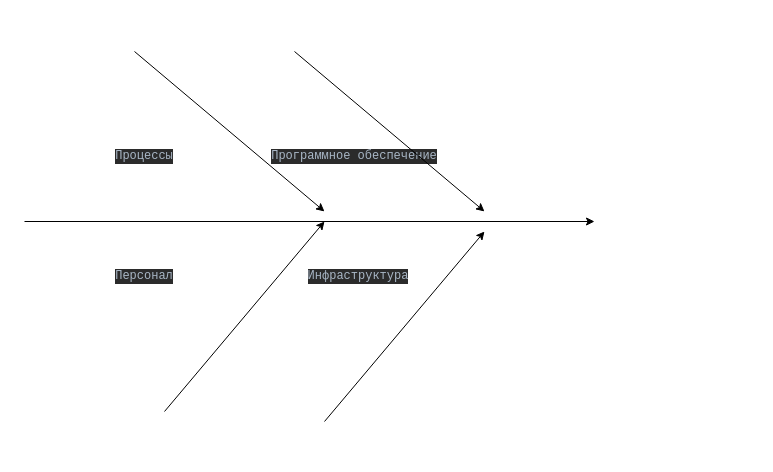
This is Task4/task4.drawio from KatodForAnod/architecture-medikamente, a draw.io file, before an edit. Source tidied: cells renumbered, new cells numbered last; positions are measured from the earlier drawing's top-left corner, leaving out a move shared by most shapes. Both pictures are drawn from the tidied source at 100%, with x=0, y=0 at pixel (24, 51).
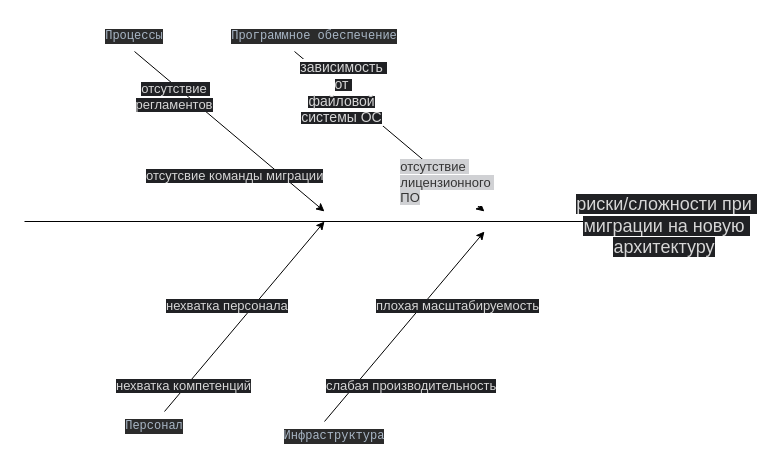
After the change.

Unchanged cells that the change refers to:
```xml
<mxCell id="9" style="endArrow=classic;html=1;rounded=0;" parent="1" edge="1">
  <mxGeometry relative="1" as="geometry">
    <mxPoint x="270" as="sourcePoint" />
    <mxPoint x="460" y="160" as="targetPoint" />
  </mxGeometry>
</mxCell>
```

Change to the diagram source:
```diff
@@
     <mxCell id="2" value="&lt;div style=&quot;text-align: start; background-color: rgb(43, 43, 43); color: rgb(169, 183, 198);&quot;&gt;&lt;pre style=&quot;font-family: &amp;quot;JetBrains Mono&amp;quot;, monospace;&quot;&gt;Инфраструктура&lt;/pre&gt;&lt;/div&gt;" style="text;html=1;whiteSpace=wrap;strokeColor=none;fillColor=none;align=center;verticalAlign=middle;rounded=0;" parent="1" vertex="1">
-      <mxGeometry x="304" y="210" width="60" height="30" as="geometry" />
+      <mxGeometry x="280" y="370" width="60" height="30" as="geometry" />
     </mxCell>
     <mxCell id="3" value="&lt;div style=&quot;text-align: start; background-color: rgb(43, 43, 43); color: rgb(169, 183, 198);&quot;&gt;&lt;pre style=&quot;font-family: &amp;quot;JetBrains Mono&amp;quot;, monospace;&quot;&gt;Программное обеспечение&lt;/pre&gt;&lt;/div&gt;" style="text;html=1;whiteSpace=wrap;strokeColor=none;fillColor=none;align=center;verticalAlign=middle;rounded=0;" parent="1" vertex="1">
-      <mxGeometry x="300" y="90" width="60" height="30" as="geometry" />
+      <mxGeometry x="260" y="-30" width="60" height="30" as="geometry" />
     </mxCell>
     <mxCell id="4" value="&lt;div style=&quot;text-align: start; background-color: rgb(43, 43, 43); color: rgb(169, 183, 198);&quot;&gt;&lt;pre style=&quot;font-family: &amp;quot;JetBrains Mono&amp;quot;, monospace;&quot;&gt;Персонал&lt;/pre&gt;&lt;/div&gt;" style="text;html=1;whiteSpace=wrap;strokeColor=none;fillColor=none;align=center;verticalAlign=middle;rounded=0;" parent="1" vertex="1">
-      <mxGeometry x="90" y="210" width="60" height="30" as="geometry" />
+      <mxGeometry x="100" y="360" width="60" height="30" as="geometry" />
     </mxCell>
     <mxCell id="5" value="&lt;div style=&quot;text-align: start; background-color: rgb(43, 43, 43); color: rgb(169, 183, 198);&quot;&gt;&lt;pre style=&quot;font-family: &amp;quot;JetBrains Mono&amp;quot;, monospace;&quot;&gt;Процессы&lt;/pre&gt;&lt;/div&gt;" style="text;html=1;whiteSpace=wrap;strokeColor=none;fillColor=none;align=center;verticalAlign=middle;rounded=0;" parent="1" vertex="1">
-      <mxGeometry x="90" y="90" width="60" height="30" as="geometry" />
+      <mxGeometry x="80" y="-30" width="60" height="30" as="geometry" />
     </mxCell>
@@
+    <mxCell id="11" value="&lt;span style=&quot;caret-color: rgb(214, 214, 214); color: rgb(214, 214, 214); font-family: &amp;quot;YS Text&amp;quot;, sans-serif; text-align: start; white-space: pre-wrap; background-color: rgb(32, 33, 36);&quot;&gt;&lt;font style=&quot;font-size: 14px;&quot;&gt;зависимость от файловой&lt;/font&gt;&lt;/span&gt;&lt;div&gt;&lt;span style=&quot;caret-color: rgb(214, 214, 214); color: rgb(214, 214, 214); font-family: &amp;quot;YS Text&amp;quot;, sans-serif; text-align: start; white-space: pre-wrap; background-color: rgb(32, 33, 36);&quot;&gt;&lt;font style=&quot;font-size: 14px;&quot;&gt;системы ОС&lt;/font&gt;&lt;/span&gt;&lt;/div&gt;" style="edgeLabel;html=1;align=center;verticalAlign=middle;" parent="9" vertex="1">
+      <mxGeometry x="-0.51" y="-1" relative="1" as="geometry" />
+    </mxCell>
+    <mxCell id="12" value="&lt;div style=&quot;text-align: start;&quot;&gt;&lt;font color=&quot;#353535&quot; face=&quot;YS Text, sans-serif&quot;&gt;&lt;span style=&quot;font-size: 13px; caret-color: rgb(53, 53, 53); white-space: pre-wrap; background-color: rgb(208, 209, 212);&quot;&gt;отсутствие лицензионного ПО&lt;/span&gt;&lt;/font&gt;&lt;/div&gt;" style="edgeLabel;html=1;align=center;verticalAlign=middle;" parent="9" vertex="1">
+      <mxGeometry x="0.55" y="-2" relative="1" as="geometry">
+        <mxPoint x="4" y="5" as="offset" />
+      </mxGeometry>
+    </mxCell>
@@
+    <mxCell id="13" value="&lt;span style=&quot;caret-color: rgb(214, 214, 214); color: rgb(214, 214, 214); font-family: &amp;quot;YS Text&amp;quot;, sans-serif; font-size: 18px; text-align: start; white-space-collapse: preserve; background-color: rgb(32, 33, 36);&quot;&gt;риски/сложности при миграции на новую архитектуру&lt;/span&gt;" style="text;html=1;whiteSpace=wrap;strokeColor=none;fillColor=none;align=center;verticalAlign=middle;rounded=0;" parent="1" vertex="1">
+      <mxGeometry x="550" y="160" width="180" height="30" as="geometry" />
+    </mxCell>
+    <mxCell id="14" value="&lt;span style=&quot;caret-color: rgb(214, 214, 214); color: rgb(214, 214, 214); font-family: &amp;quot;YS Text&amp;quot;, sans-serif; text-align: start; white-space-collapse: preserve; background-color: rgb(32, 33, 36);&quot;&gt;&lt;font style=&quot;font-size: 13px;&quot;&gt;отсутствие регламентов&lt;/font&gt;&lt;/span&gt;" style="text;html=1;whiteSpace=wrap;strokeColor=none;fillColor=none;align=center;verticalAlign=middle;rounded=0;" parent="1" vertex="1">
+      <mxGeometry x="120" y="30" width="60" height="30" as="geometry" />
+    </mxCell>
+    <mxCell id="15" value="&lt;span style=&quot;caret-color: rgb(214, 214, 214); color: rgb(214, 214, 214); font-family: &amp;quot;YS Text&amp;quot;, sans-serif; font-style: normal; font-variant-caps: normal; font-weight: 400; letter-spacing: normal; text-align: start; text-indent: 0px; text-transform: none; white-space: pre-wrap; word-spacing: 0px; -webkit-text-stroke-width: 0px; background-color: rgb(32, 33, 36); text-decoration: none; float: none; display: inline !important;&quot;&gt;&lt;font style=&quot;font-size: 13px;&quot;&gt;отсутсвие команды миграции&lt;/font&gt;&lt;/span&gt;" style="text;whiteSpace=wrap;html=1;" parent="1" vertex="1">
+      <mxGeometry x="120" y="110" width="200" height="20" as="geometry" />
+    </mxCell>
+    <mxCell id="16" value="&lt;span style=&quot;caret-color: rgb(214, 214, 214); color: rgb(214, 214, 214); font-family: &amp;quot;YS Text&amp;quot;, sans-serif; font-style: normal; font-variant-caps: normal; font-weight: 400; letter-spacing: normal; text-align: start; text-indent: 0px; text-transform: none; white-space: pre-wrap; word-spacing: 0px; -webkit-text-stroke-width: 0px; background-color: rgb(32, 33, 36); text-decoration: none; float: none; display: inline !important;&quot;&gt;&lt;font style=&quot;font-size: 13px;&quot;&gt;нехватка компетенций&lt;/font&gt;&lt;/span&gt;" style="text;whiteSpace=wrap;html=1;" parent="1" vertex="1">
+      <mxGeometry x="90" y="320" width="230" height="30" as="geometry" />
+    </mxCell>
+    <mxCell id="17" value="&lt;span style=&quot;caret-color: rgb(214, 214, 214); color: rgb(214, 214, 214); font-family: &amp;quot;YS Text&amp;quot;, sans-serif; font-style: normal; font-variant-caps: normal; font-weight: 400; letter-spacing: normal; text-align: start; text-indent: 0px; text-transform: none; white-space: pre-wrap; word-spacing: 0px; -webkit-text-stroke-width: 0px; background-color: rgb(32, 33, 36); text-decoration: none; float: none; display: inline !important;&quot;&gt;&lt;font style=&quot;font-size: 13px;&quot;&gt;нехватка персонала&lt;/font&gt;&lt;/span&gt;" style="text;whiteSpace=wrap;html=1;" parent="1" vertex="1">
+      <mxGeometry x="140" y="240" width="130" height="30" as="geometry" />
+    </mxCell>
+    <mxCell id="18" value="&lt;span style=&quot;caret-color: rgb(214, 214, 214); color: rgb(214, 214, 214); font-family: &amp;quot;YS Text&amp;quot;, sans-serif; font-style: normal; font-variant-caps: normal; font-weight: 400; letter-spacing: normal; text-align: start; text-indent: 0px; text-transform: none; white-space: pre-wrap; word-spacing: 0px; -webkit-text-stroke-width: 0px; background-color: rgb(32, 33, 36); text-decoration: none; float: none; display: inline !important;&quot;&gt;&lt;font style=&quot;font-size: 13px;&quot;&gt;плохая масштабируемость&lt;/font&gt;&lt;/span&gt;" style="text;whiteSpace=wrap;html=1;" parent="1" vertex="1">
+      <mxGeometry x="350" y="240" width="170" height="30" as="geometry" />
+    </mxCell>
+    <mxCell id="19" value="&lt;span style=&quot;caret-color: rgb(214, 214, 214); color: rgb(214, 214, 214); font-family: &amp;quot;YS Text&amp;quot;, sans-serif; font-style: normal; font-variant-caps: normal; font-weight: 400; letter-spacing: normal; text-align: start; text-indent: 0px; text-transform: none; white-space: pre-wrap; word-spacing: 0px; -webkit-text-stroke-width: 0px; background-color: rgb(32, 33, 36); text-decoration: none; float: none; display: inline !important;&quot;&gt;&lt;font style=&quot;font-size: 13px;&quot;&gt;слабая производительность&lt;/font&gt;&lt;/span&gt;" style="text;whiteSpace=wrap;html=1;" parent="1" vertex="1">
+      <mxGeometry x="300" y="320" width="270" height="30" as="geometry" />
+    </mxCell>
```
